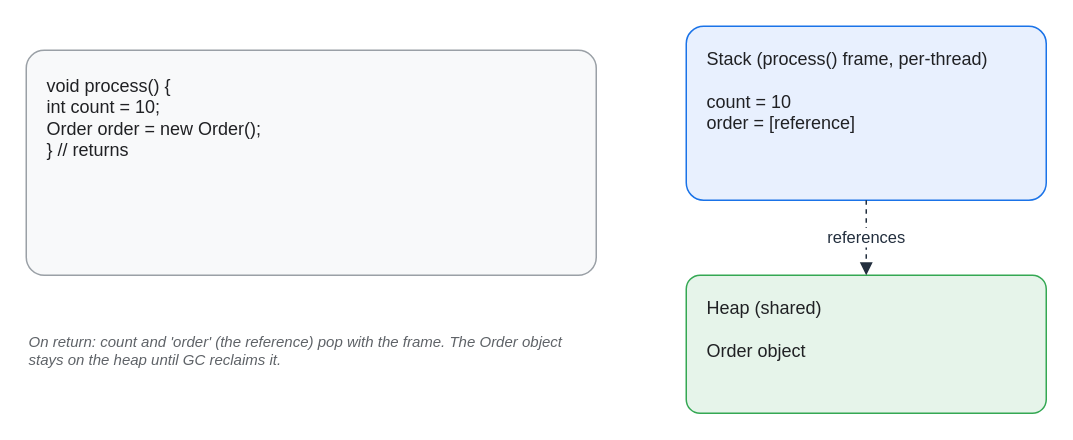
This is assets/img/jvm/jvm-02-stack-vs-heap.drawio from KKamJi98/kkamji98.github.io, a draw.io file, before an edit. Source tidied: cells renumbered, new cells numbered last; positions are measured from the earlier drawing's top-left corner, leaving out a move shared by most shapes. Both pictures are drawn from the tidied source at 150%, with x=0, y=0 at pixel (26, 26).
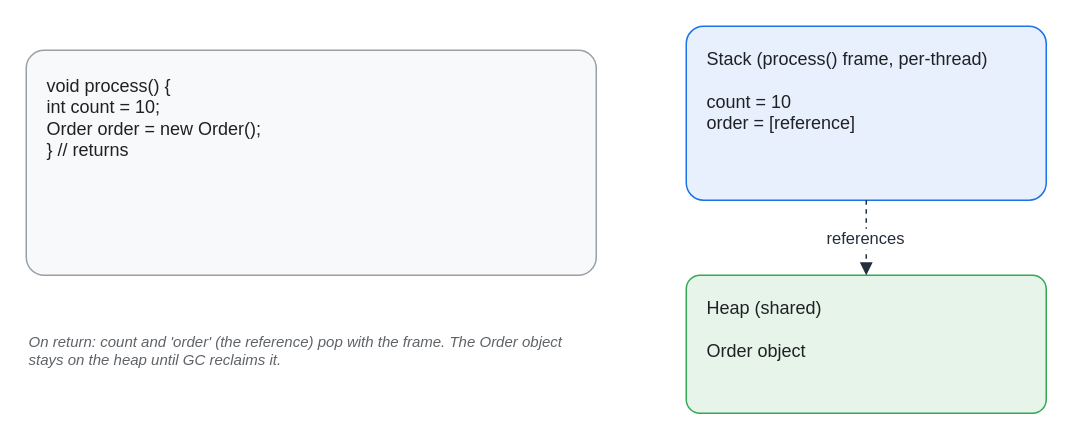
Above is the later version.

Diff of the diagram source:
```diff
@@
 <mxGraphModel background="#FFFFFF">
   <root>
     <mxCell id="0" />
     <mxCell id="1" parent="0" />
     <mxCell id="2" value="void process() {&#10;    int count = 10;&#10;    Order order = new Order();&#10;}  // returns" style="rounded=1;whiteSpace=wrap;html=1;arcSize=8;shadow=0;fillColor=#F8F9FA;strokeColor=#9AA0A6;fontColor=#202124;align=left;verticalAlign=top;spacingLeft=12;spacingTop=10;" parent="1" vertex="1">
       <mxGeometry y="16" width="380" height="150" as="geometry" />
     </mxCell>
     <mxCell id="3" value="Stack  (process() frame, per-thread)&#10;&#10;count = 10&#10;order = [reference]" style="rounded=1;whiteSpace=wrap;html=1;arcSize=10;shadow=0;fillColor=#E8F0FE;strokeColor=#1A73E8;fontColor=#202124;align=left;verticalAlign=top;spacingLeft=12;spacingTop=8;" parent="1" vertex="1">
       <mxGeometry x="440" width="240" height="116" as="geometry" />
     </mxCell>
     <mxCell id="4" value="Heap  (shared)&#10;&#10;Order object" style="rounded=1;whiteSpace=wrap;html=1;arcSize=10;shadow=0;fillColor=#E6F4EA;strokeColor=#34A853;fontColor=#202124;align=left;verticalAlign=top;spacingLeft=12;spacingTop=8;" parent="1" vertex="1">
       <mxGeometry x="440" y="166" width="240" height="92" as="geometry" />
     </mxCell>
     <mxCell id="5" value="On return: count and 'order' (the reference) pop with the frame. The Order object stays on the heap until GC reclaims it." style="text;html=1;align=left;verticalAlign=middle;whiteSpace=wrap;fontSize=10;fontColor=#5F6368;fontStyle=2;" parent="1" vertex="1">
       <mxGeometry y="186" width="380" height="60" as="geometry" />
     </mxCell>
-    <mxCell id="6" value="references" style="edgeStyle=orthogonalEdgeStyle;rounded=1;html=1;dashed=1;fontColor=#232F3E;strokeColor=#232F3E;labelBackgroundColor=#FFFFFF;endArrow=block;exitX=0.5;exitY=1;exitDx=0;exitDy=0;entryX=0.5;entryY=0;entryDx=0;entryDy=0;" parent="1" edge="1" source="3" target="4">
+    <mxCell id="6" value="references" style="edgeStyle=orthogonalEdgeStyle;rounded=1;html=0;dashed=1;fontColor=#232F3E;strokeColor=#232F3E;labelBackgroundColor=#FFFFFF;endArrow=block;exitX=0.5;exitY=1;exitDx=0;exitDy=0;entryX=0.5;entryY=0;entryDx=0;entryDy=0;" parent="1" edge="1" source="3" target="4">
       <mxGeometry relative="1" as="geometry" />
     </mxCell>
   </root>
 </mxGraphModel>
```
